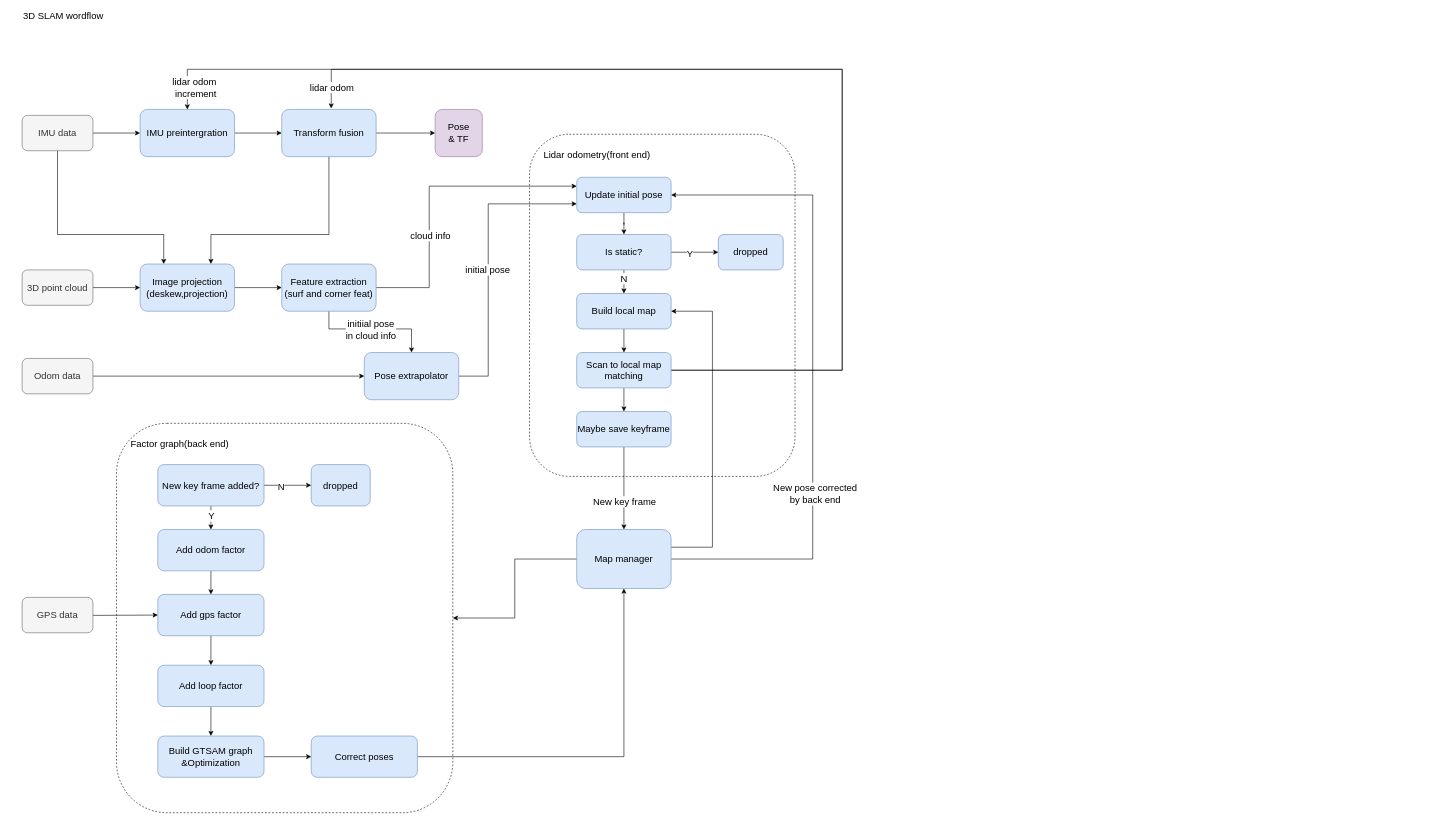
mMikaa00/For_draw_io keeps this draw.io diagram as 3d_SLAM_lio_structure.drawio. Above is the earlier version. Source tidied: cells renumbered, new cells numbered last; positions are measured from the earlier drawing's top-left corner, leaving out a move shared by most shapes. Both pictures are drawn from the tidied source at 59%, with x=0, y=0 at pixel (10, 10).
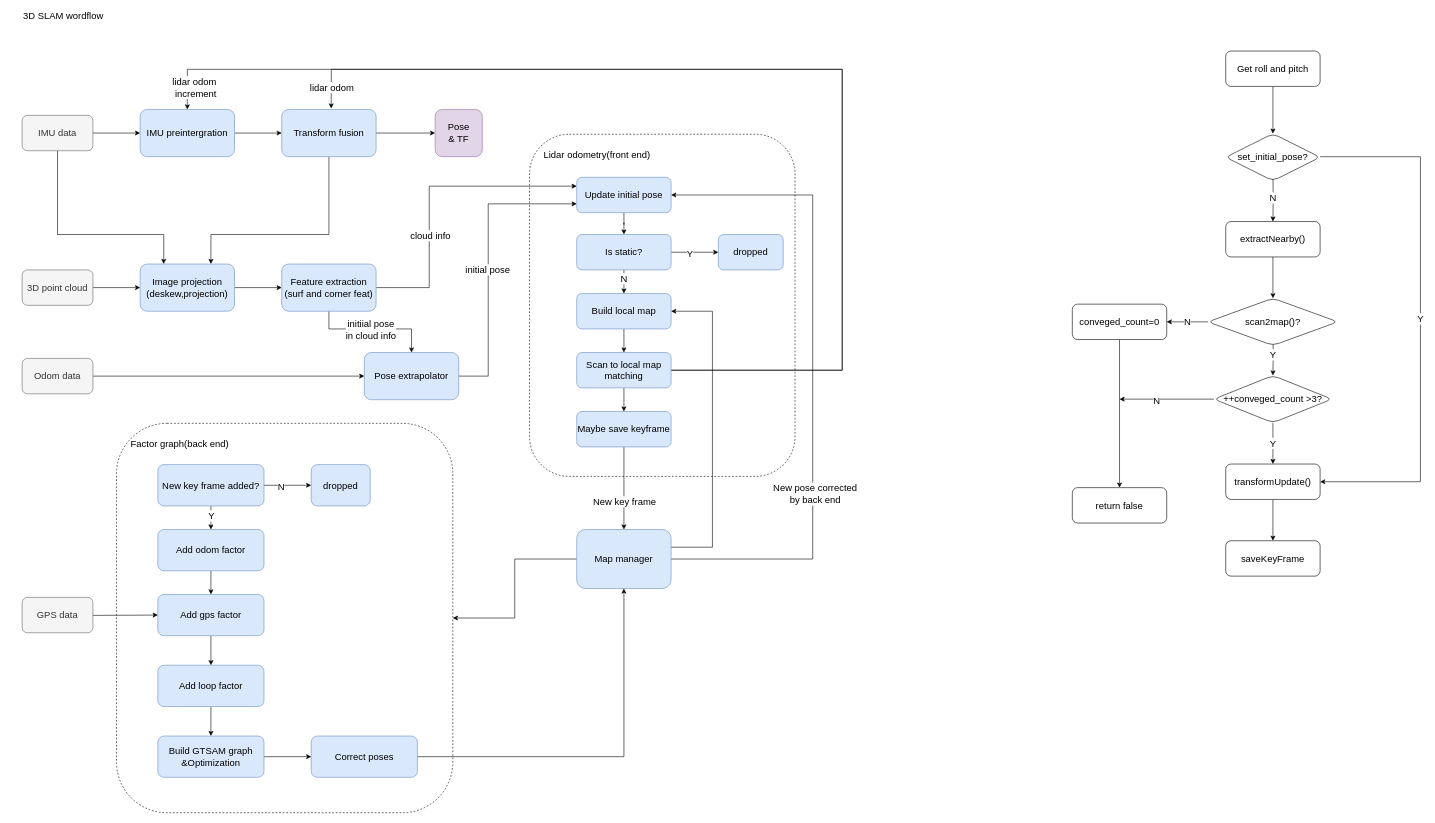
Above is the later version.

Change to the diagram source:
```diff
@@
+    <mxCell id="70" value="Y" style="edgeStyle=orthogonalEdgeStyle;rounded=0;jettySize=auto;html=1;fontSize=16;" parent="1" edge="1" target="73">
+      <mxGeometry relative="1" as="geometry">
+        <mxPoint x="2220" y="248.1" as="sourcePoint" />
+        <Array as="points">
+          <mxPoint x="2390" y="248" />
+          <mxPoint x="2390" y="799" />
+        </Array>
+      </mxGeometry>
+    </mxCell>
+    <mxCell id="71" value="N" style="edgeStyle=orthogonalEdgeStyle;rounded=0;jettySize=auto;html=1;fontSize=16;" parent="1" edge="1" target="76">
+      <mxGeometry relative="1" as="geometry">
+        <mxPoint x="2140" y="278" as="sourcePoint" />
+      </mxGeometry>
+    </mxCell>
+    <mxCell id="72" style="edgeStyle=orthogonalEdgeStyle;rounded=0;jettySize=auto;html=1;fontSize=16;" parent="1" edge="1" source="73" target="74">
+      <mxGeometry relative="1" as="geometry" />
+    </mxCell>
+    <mxCell id="73" value="transformUpdate()" style="whiteSpace=wrap;html=1;rounded=1;fontSize=16;" parent="1" vertex="1">
+      <mxGeometry x="2060" y="769" width="160" height="60" as="geometry" />
+    </mxCell>
+    <mxCell id="74" value="saveKeyFrame" style="whiteSpace=wrap;html=1;rounded=1;fontSize=16;" parent="1" vertex="1">
+      <mxGeometry x="2060" y="899" width="160" height="60" as="geometry" />
+    </mxCell>
+    <mxCell id="75" style="edgeStyle=orthogonalEdgeStyle;rounded=0;jettySize=auto;html=1;fontSize=16;" parent="1" edge="1" source="76" target="86">
+      <mxGeometry relative="1" as="geometry" />
+    </mxCell>
+    <mxCell id="76" value="extractNearby()" style="rounded=1;whiteSpace=wrap;html=1;fontSize=16;" parent="1" vertex="1">
+      <mxGeometry x="2060" y="358" width="160" height="60" as="geometry" />
+    </mxCell>
+    <mxCell id="77" style="edgeStyle=orthogonalEdgeStyle;rounded=0;jettySize=auto;html=1;fontSize=16;" parent="1" edge="1" source="78" target="84">
+      <mxGeometry relative="1" as="geometry" />
+    </mxCell>
+    <mxCell id="78" value="Get roll and pitch" style="rounded=1;whiteSpace=wrap;html=1;fontSize=16;" parent="1" vertex="1">
+      <mxGeometry x="2060" y="69" width="160" height="60" as="geometry" />
+    </mxCell>
+    <mxCell id="79" value="Y" style="edgeStyle=orthogonalEdgeStyle;rounded=0;jettySize=auto;html=1;fontSize=16;" parent="1" edge="1" target="83">
+      <mxGeometry relative="1" as="geometry">
+        <mxPoint x="2140" y="549" as="sourcePoint" />
+      </mxGeometry>
+    </mxCell>
+    <mxCell id="80" style="edgeStyle=orthogonalEdgeStyle;rounded=0;jettySize=auto;html=1;fontSize=16;" parent="1" edge="1" source="83">
+      <mxGeometry relative="1" as="geometry">
+        <mxPoint x="1880" y="659" as="targetPoint" />
+      </mxGeometry>
+    </mxCell>
+    <mxCell id="81" value="N" style="edgeLabel;html=1;align=center;verticalAlign=middle;fontSize=16;" parent="80" vertex="1">
+      <mxGeometry x="0.22" y="1" relative="1" as="geometry" />
+    </mxCell>
+    <mxCell id="82" value="Y" style="edgeStyle=orthogonalEdgeStyle;rounded=0;jettySize=auto;html=1;fontSize=16;" parent="1" edge="1" source="83" target="73">
+      <mxGeometry relative="1" as="geometry" />
+    </mxCell>
+    <mxCell id="83" value="&lt;span&gt;++conveged_count &amp;gt;3?&lt;/span&gt;" style="rhombus;whiteSpace=wrap;html=1;rounded=1;fontSize=16;" parent="1" vertex="1">
+      <mxGeometry x="2040" y="619" width="200" height="80" as="geometry" />
+    </mxCell>
+    <mxCell id="84" value="&lt;span&gt;set_initial_pose?&lt;/span&gt;" style="rhombus;whiteSpace=wrap;html=1;rounded=1;fontSize=16;" parent="1" vertex="1">
+      <mxGeometry x="2060" y="209" width="160" height="80" as="geometry" />
+    </mxCell>
+    <mxCell id="85" value="N" style="edgeStyle=orthogonalEdgeStyle;rounded=0;jettySize=auto;html=1;fontSize=16;" parent="1" edge="1" source="86" target="88">
+      <mxGeometry relative="1" as="geometry" />
+    </mxCell>
+    <mxCell id="86" value="&lt;span&gt;scan2map()?&lt;/span&gt;" style="rhombus;whiteSpace=wrap;html=1;rounded=1;fontSize=16;" parent="1" vertex="1">
+      <mxGeometry x="2030" y="488" width="220" height="80" as="geometry" />
+    </mxCell>
+    <mxCell id="87" style="edgeStyle=orthogonalEdgeStyle;rounded=0;jettySize=auto;html=1;fontSize=16;" parent="1" edge="1" source="88" target="89">
+      <mxGeometry relative="1" as="geometry" />
+    </mxCell>
+    <mxCell id="88" value="conveged_count=0" style="whiteSpace=wrap;html=1;rounded=1;fontSize=16;" parent="1" vertex="1">
+      <mxGeometry x="1800" y="498" width="160" height="60" as="geometry" />
+    </mxCell>
+    <mxCell id="89" value="return false" style="whiteSpace=wrap;html=1;rounded=1;fontSize=16;" parent="1" vertex="1">
+      <mxGeometry x="1800" y="809" width="160" height="60" as="geometry" />
+    </mxCell>
```
